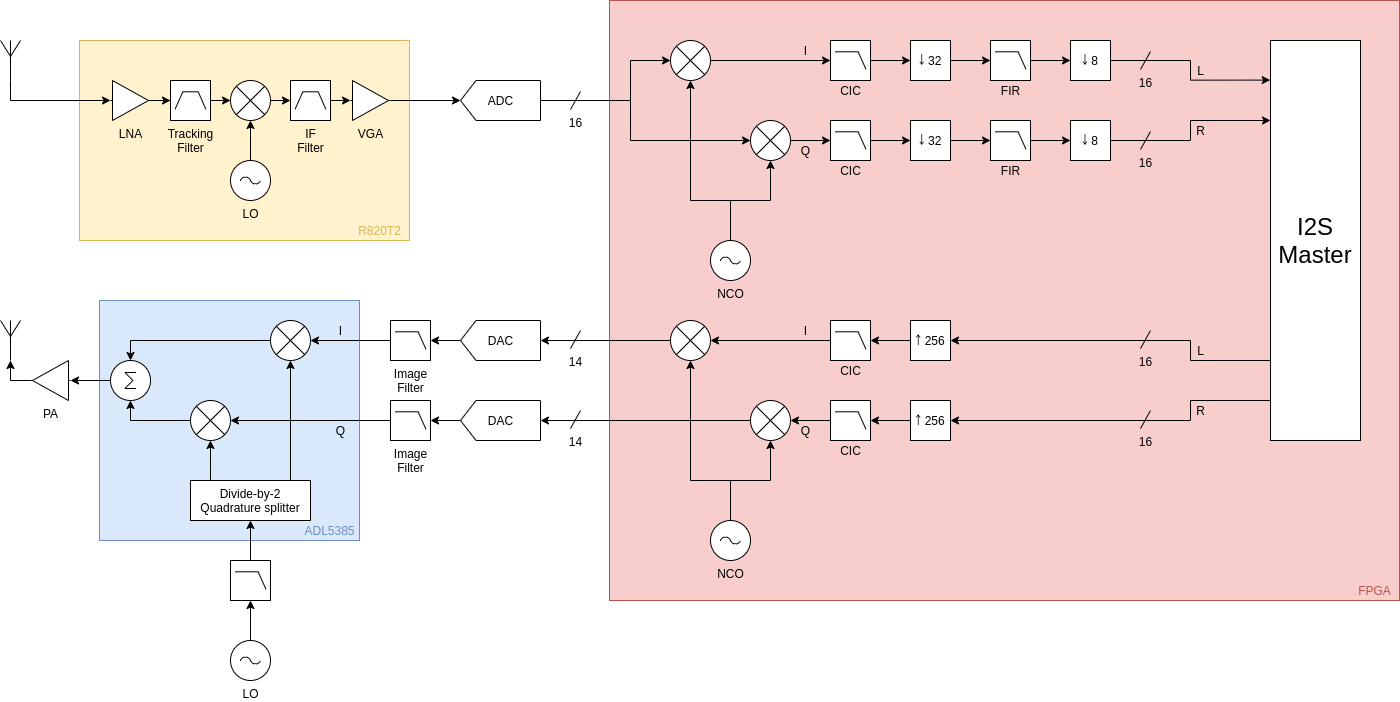
This is docs/block-diagram.png from vankxr/icyradio, a draw.io export, as it was before one commit. Source tidied: cells renumbered, new cells last; positions are measured from the earlier drawing's top-left corner, leaving out a move shared by most shapes.
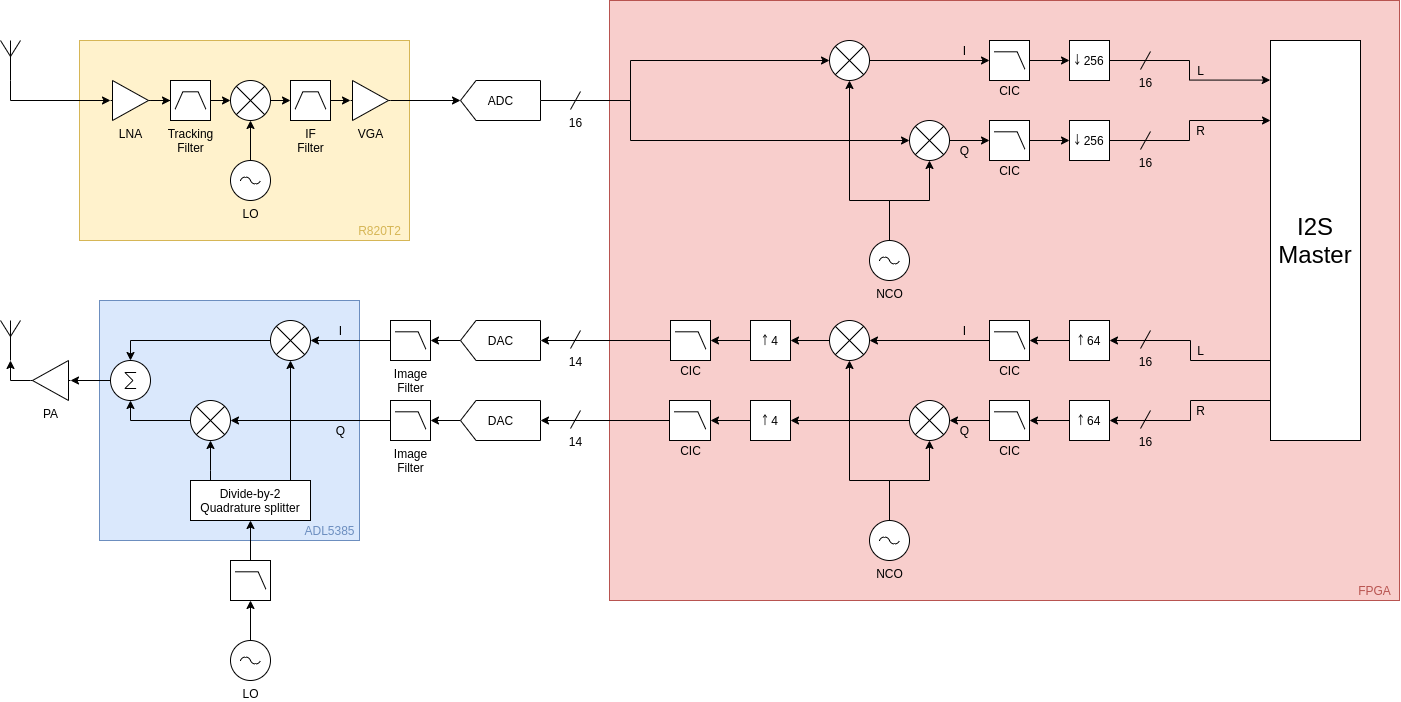
Above is the later version.

Diff of the diagram source:
```diff
@@ -76,7 +76,7 @@
       <mxGeometry relative="1" as="geometry" />
     </mxCell>
     <mxCell id="23" style="verticalLabelPosition=bottom;shadow=0;dashed=0;align=center;html=1;verticalAlign=top;shape=mxgraph.electrical.abstract.multiplier;" parent="1" vertex="1">
-      <mxGeometry x="750" y="120" width="40" height="40" as="geometry" />
+      <mxGeometry x="909" y="120" width="40" height="40" as="geometry" />
     </mxCell>
     <mxCell id="24" style="edgeStyle=orthogonalEdgeStyle;rounded=0;jettySize=auto;html=1;entryX=0.5;entryY=1;entryDx=0;entryDy=0;entryPerimeter=0;" parent="1" edge="1" source="26" target="23">
       <mxGeometry relative="1" as="geometry" />
@@ -84,44 +84,42 @@
     <mxCell id="25" style="edgeStyle=orthogonalEdgeStyle;rounded=0;jettySize=auto;html=1;entryX=0.5;entryY=1;entryDx=0;entryDy=0;entryPerimeter=0;" parent="1" edge="1" source="26" target="28">
       <mxGeometry relative="1" as="geometry">
         <Array as="points">
-          <mxPoint x="730" y="200" />
-          <mxPoint x="690" y="200" />
+          <mxPoint x="889" y="200" />
+          <mxPoint x="849" y="200" />
         </Array>
       </mxGeometry>
     </mxCell>
     <mxCell id="26" value="NCO" style="verticalLabelPosition=bottom;shadow=0;dashed=0;align=center;html=1;verticalAlign=top;shape=mxgraph.electrical.signal_sources.ac_source;" parent="1" vertex="1">
-      <mxGeometry x="710" y="240" width="40" height="40" as="geometry" />
+      <mxGeometry x="869" y="240" width="40" height="40" as="geometry" />
     </mxCell>
     <mxCell id="27" style="edgeStyle=orthogonalEdgeStyle;rounded=0;jettySize=auto;html=1;" parent="1" edge="1" source="77" target="32">
       <mxGeometry relative="1" as="geometry" />
     </mxCell>
     <mxCell id="28" style="verticalLabelPosition=bottom;shadow=0;dashed=0;align=center;html=1;verticalAlign=top;shape=mxgraph.electrical.abstract.multiplier;" parent="1" vertex="1">
-      <mxGeometry x="670" y="40" width="40" height="40" as="geometry" />
+      <mxGeometry x="829" y="40" width="40" height="40" as="geometry" />
     </mxCell>
-    <mxCell id="29" style="edgeStyle=orthogonalEdgeStyle;rounded=0;jettySize=auto;html=1;" parent="1" edge="1" source="81" target="34">
-      <mxGeometry relative="1" as="geometry" />
-    </mxCell>
-    <mxCell id="30" value="￬ 32" style="whiteSpace=wrap;html=1;shadow=0;dashed=0;" parent="1" vertex="1">
-      <mxGeometry x="910" y="120" width="40" height="40" as="geometry" />
+    <mxCell id="30" value="￬ 256" style="whiteSpace=wrap;html=1;shadow=0;dashed=0;" parent="1" vertex="1">
+      <mxGeometry x="1069" y="120" width="40" height="40" as="geometry" />
     </mxCell>
-    <mxCell id="31" style="edgeStyle=orthogonalEdgeStyle;rounded=0;jettySize=auto;html=1;" parent="1" edge="1" source="83" target="36">
-      <mxGeometry relative="1" as="geometry" />
-    </mxCell>
-    <mxCell id="32" value="￬ 32" style="whiteSpace=wrap;html=1;shadow=0;dashed=0;" parent="1" vertex="1">
-      <mxGeometry x="910" y="40" width="40" height="40" as="geometry" />
+    <mxCell id="32" value="￬ 256" style="whiteSpace=wrap;html=1;shadow=0;dashed=0;" parent="1" vertex="1">
+      <mxGeometry x="1069" y="40" width="40" height="40" as="geometry" />
     </mxCell>
-    <mxCell id="33" style="edgeStyle=orthogonalEdgeStyle;rounded=0;jettySize=auto;html=1;entryX=0;entryY=0.2;entryDx=0;entryDy=0;entryPerimeter=0;" parent="1" edge="1" source="34" target="39">
-      <mxGeometry relative="1" as="geometry" />
+    <mxCell id="33" style="edgeStyle=orthogonalEdgeStyle;rounded=0;jettySize=auto;html=1;entryX=0;entryY=0.2;entryDx=0;entryDy=0;entryPerimeter=0;exitX=1;exitY=0.5;exitDx=0;exitDy=0;" parent="1" edge="1" source="30" target="39">
+      <mxGeometry relative="1" as="geometry">
+        <Array as="points">
+          <mxPoint x="1189" y="140" />
+          <mxPoint x="1189" y="120" />
+        </Array>
+      </mxGeometry>
     </mxCell>
-    <mxCell id="34" value="￬ 8" style="whiteSpace=wrap;html=1;shadow=0;dashed=0;" parent="1" vertex="1">
-      <mxGeometry x="1070" y="120" width="40" height="40" as="geometry" />
-    </mxCell>
-    <mxCell id="35" style="edgeStyle=orthogonalEdgeStyle;rounded=0;jettySize=auto;html=1;entryX=-0.003;entryY=0.099;entryDx=0;entryDy=0;entryPerimeter=0;" parent="1" edge="1" source="36" target="39">
-      <mxGeometry relative="1" as="geometry" />
+    <mxCell id="35" style="edgeStyle=orthogonalEdgeStyle;rounded=0;jettySize=auto;html=1;entryX=-0.003;entryY=0.099;entryDx=0;entryDy=0;entryPerimeter=0;exitX=1;exitY=0.5;exitDx=0;exitDy=0;" parent="1" edge="1" source="32" target="39">
+      <mxGeometry relative="1" as="geometry">
+        <Array as="points">
+          <mxPoint x="1189" y="60" />
+          <mxPoint x="1189" y="80" />
+        </Array>
+      </mxGeometry>
     </mxCell>
-    <mxCell id="36" value="￬ 8" style="whiteSpace=wrap;html=1;shadow=0;dashed=0;" parent="1" vertex="1">
-      <mxGeometry x="1070" y="40" width="40" height="40" as="geometry" />
-    </mxCell>
     <mxCell id="37" style="edgeStyle=orthogonalEdgeStyle;rounded=0;jettySize=auto;html=1;" parent="1" edge="1" source="39" target="50">
       <mxGeometry relative="1" as="geometry">
         <Array as="points">
@@ -151,10 +149,10 @@
       <mxGeometry x="1140" y="51" width="10" height="18" as="geometry" />
     </mxCell>
     <mxCell id="43" value="I" style="text;html=1;align=center;verticalAlign=middle;" parent="1" vertex="1">
-      <mxGeometry x="795" y="40" width="20" height="20" as="geometry" />
+      <mxGeometry x="954" y="40" width="20" height="20" as="geometry" />
     </mxCell>
     <mxCell id="44" value="Q" style="text;html=1;align=center;verticalAlign=middle;" parent="1" vertex="1">
-      <mxGeometry x="795" y="140" width="20" height="20" as="geometry" />
+      <mxGeometry x="954" y="140" width="20" height="20" as="geometry" />
     </mxCell>
     <mxCell id="45" value="L" style="text;html=1;align=center;verticalAlign=middle;" parent="1" vertex="1">
       <mxGeometry x="1190" y="60" width="20" height="20" as="geometry" />
@@ -165,14 +163,14 @@
     <mxCell id="47" style="edgeStyle=orthogonalEdgeStyle;rounded=0;jettySize=auto;html=1;entryX=1;entryY=0.5;entryDx=0;entryDy=0;entryPerimeter=0;" parent="1" edge="1" source="48" target="92">
       <mxGeometry relative="1" as="geometry" />
     </mxCell>
-    <mxCell id="48" value="￪ 256" style="whiteSpace=wrap;html=1;shadow=0;dashed=0;" parent="1" vertex="1">
-      <mxGeometry x="910" y="400" width="40" height="40" as="geometry" />
+    <mxCell id="48" value="￪ 64" style="whiteSpace=wrap;html=1;shadow=0;dashed=0;" parent="1" vertex="1">
+      <mxGeometry x="1069" y="400" width="40" height="40" as="geometry" />
     </mxCell>
     <mxCell id="49" style="edgeStyle=orthogonalEdgeStyle;rounded=0;jettySize=auto;html=1;entryX=1;entryY=0.5;entryDx=0;entryDy=0;entryPerimeter=0;" parent="1" edge="1" source="50" target="90">
       <mxGeometry relative="1" as="geometry" />
     </mxCell>
-    <mxCell id="50" value="￪ 256" style="whiteSpace=wrap;html=1;shadow=0;dashed=0;" parent="1" vertex="1">
-      <mxGeometry x="910" y="320" width="40" height="40" as="geometry" />
+    <mxCell id="50" value="￪ 64" style="whiteSpace=wrap;html=1;shadow=0;dashed=0;" parent="1" vertex="1">
+      <mxGeometry x="1069" y="320" width="40" height="40" as="geometry" />
     </mxCell>
     <mxCell id="51" value="L" style="text;html=1;align=center;verticalAlign=middle;" parent="1" vertex="1">
       <mxGeometry x="1190" y="340" width="20" height="20" as="geometry" />
@@ -250,10 +248,10 @@
       <mxGeometry x="190" y="480" width="120" height="40" as="geometry" />
     </mxCell>
     <mxCell id="73" value="I" style="text;html=1;align=center;verticalAlign=middle;" parent="1" vertex="1">
-      <mxGeometry x="795" y="320" width="20" height="20" as="geometry" />
+      <mxGeometry x="954" y="320" width="20" height="20" as="geometry" />
     </mxCell>
     <mxCell id="74" value="Q" style="text;html=1;align=center;verticalAlign=middle;" parent="1" vertex="1">
-      <mxGeometry x="795" y="420" width="20" height="20" as="geometry" />
+      <mxGeometry x="954" y="420" width="20" height="20" as="geometry" />
     </mxCell>
     <mxCell id="75" value="I" style="text;html=1;align=center;verticalAlign=middle;" parent="1" vertex="1">
       <mxGeometry x="330" y="320" width="20" height="20" as="geometry" />
@@ -262,58 +260,40 @@
       <mxGeometry x="330" y="420" width="20" height="20" as="geometry" />
     </mxCell>
     <mxCell id="77" style="verticalLabelPosition=bottom;shadow=0;dashed=0;align=center;html=1;verticalAlign=top;shape=mxgraph.electrical.logic_gates.lowpass_filter;" parent="1" vertex="1">
-      <mxGeometry x="830" y="40" width="40" height="40" as="geometry" />
+      <mxGeometry x="989" y="40" width="40" height="40" as="geometry" />
     </mxCell>
     <mxCell id="78" style="edgeStyle=orthogonalEdgeStyle;rounded=0;jettySize=auto;html=1;" parent="1" edge="1" source="28" target="77">
       <mxGeometry relative="1" as="geometry" />
     </mxCell>
     <mxCell id="79" style="verticalLabelPosition=bottom;shadow=0;dashed=0;align=center;html=1;verticalAlign=top;shape=mxgraph.electrical.logic_gates.lowpass_filter;" parent="1" vertex="1">
-      <mxGeometry x="830" y="120" width="40" height="40" as="geometry" />
+      <mxGeometry x="989" y="120" width="40" height="40" as="geometry" />
     </mxCell>
     <mxCell id="80" style="edgeStyle=orthogonalEdgeStyle;rounded=0;jettySize=auto;html=1;" parent="1" edge="1" source="23" target="79">
       <mxGeometry relative="1" as="geometry" />
     </mxCell>
-    <mxCell id="81" style="verticalLabelPosition=bottom;shadow=0;dashed=0;align=center;html=1;verticalAlign=top;shape=mxgraph.electrical.logic_gates.lowpass_filter;" parent="1" vertex="1">
-      <mxGeometry x="990" y="120" width="40" height="40" as="geometry" />
-    </mxCell>
-    <mxCell id="82" style="edgeStyle=orthogonalEdgeStyle;rounded=0;jettySize=auto;html=1;" parent="1" edge="1" source="30" target="81">
-      <mxGeometry relative="1" as="geometry" />
-    </mxCell>
-    <mxCell id="83" style="verticalLabelPosition=bottom;shadow=0;dashed=0;align=center;html=1;verticalAlign=top;shape=mxgraph.electrical.logic_gates.lowpass_filter;" parent="1" vertex="1">
-      <mxGeometry x="990" y="40" width="40" height="40" as="geometry" />
-    </mxCell>
-    <mxCell id="84" style="edgeStyle=orthogonalEdgeStyle;rounded=0;jettySize=auto;html=1;" parent="1" edge="1" source="32" target="83">
-      <mxGeometry relative="1" as="geometry" />
-    </mxCell>
-    <mxCell id="85" value="FIR" style="text;html=1;align=center;verticalAlign=middle;" parent="1" vertex="1">
-      <mxGeometry x="995" y="80" width="30" height="20" as="geometry" />
-    </mxCell>
     <mxCell id="86" value="CIC&lt;br&gt;" style="text;html=1;align=center;verticalAlign=middle;" parent="1" vertex="1">
-      <mxGeometry x="830" y="80" width="40" height="20" as="geometry" />
+      <mxGeometry x="989" y="80" width="40" height="20" as="geometry" />
     </mxCell>
     <mxCell id="87" value="CIC&lt;br&gt;" style="text;html=1;align=center;verticalAlign=middle;" parent="1" vertex="1">
-      <mxGeometry x="830" y="160" width="40" height="20" as="geometry" />
+      <mxGeometry x="989" y="160" width="40" height="20" as="geometry" />
     </mxCell>
-    <mxCell id="88" value="FIR" style="text;html=1;align=center;verticalAlign=middle;" parent="1" vertex="1">
-      <mxGeometry x="995" y="160" width="30" height="20" as="geometry" />
-    </mxCell>
     <mxCell id="89" style="edgeStyle=orthogonalEdgeStyle;rounded=0;jettySize=auto;html=1;entryX=1;entryY=0.5;entryDx=0;entryDy=0;entryPerimeter=0;" parent="1" edge="1" source="90" target="112">
       <mxGeometry relative="1" as="geometry" />
     </mxCell>
     <mxCell id="90" style="verticalLabelPosition=bottom;shadow=0;dashed=0;align=center;html=1;verticalAlign=top;shape=mxgraph.electrical.logic_gates.lowpass_filter;" parent="1" vertex="1">
-      <mxGeometry x="830" y="320" width="40" height="40" as="geometry" />
+      <mxGeometry x="989" y="320" width="40" height="40" as="geometry" />
     </mxCell>
     <mxCell id="91" style="edgeStyle=orthogonalEdgeStyle;rounded=0;jettySize=auto;html=1;entryX=1;entryY=0.5;entryDx=0;entryDy=0;entryPerimeter=0;" parent="1" edge="1" source="92" target="107">
       <mxGeometry relative="1" as="geometry" />
     </mxCell>
     <mxCell id="92" style="verticalLabelPosition=bottom;shadow=0;dashed=0;align=center;html=1;verticalAlign=top;shape=mxgraph.electrical.logic_gates.lowpass_filter;" parent="1" vertex="1">
-      <mxGeometry x="830" y="400" width="40" height="40" as="geometry" />
+      <mxGeometry x="989" y="400" width="40" height="40" as="geometry" />
     </mxCell>
     <mxCell id="93" value="CIC&lt;br&gt;" style="text;html=1;align=center;verticalAlign=middle;" parent="1" vertex="1">
-      <mxGeometry x="830" y="360" width="40" height="20" as="geometry" />
+      <mxGeometry x="989" y="360" width="40" height="20" as="geometry" />
     </mxCell>
     <mxCell id="94" value="CIC&lt;br&gt;" style="text;html=1;align=center;verticalAlign=middle;" parent="1" vertex="1">
-      <mxGeometry x="830" y="440" width="40" height="20" as="geometry" />
+      <mxGeometry x="989" y="440" width="40" height="20" as="geometry" />
     </mxCell>
     <mxCell id="95" style="edgeStyle=orthogonalEdgeStyle;rounded=0;jettySize=auto;html=1;" parent="1" edge="1" source="96" target="102">
       <mxGeometry relative="1" as="geometry" />
@@ -348,31 +328,61 @@
     <mxCell id="105" value="&lt;font color=&quot;#6c8ebf&quot;&gt;ADL5385&lt;/font&gt;" style="text;html=1;align=center;verticalAlign=middle;" parent="1" vertex="1">
       <mxGeometry x="294" y="520" width="70" height="20" as="geometry" />
     </mxCell>
-    <mxCell id="106" style="edgeStyle=orthogonalEdgeStyle;rounded=0;jettySize=auto;html=1;entryX=0;entryY=0.5;entryDx=0;entryDy=0;entryPerimeter=0;" parent="1" edge="1" source="107" target="56">
-      <mxGeometry relative="1" as="geometry" />
-    </mxCell>
+    <mxCell id="113" style="edgeStyle=orthogonalEdgeStyle;rounded=0;jettySize=auto;html=1;exitX=0;exitY=0.5;exitDx=0;exitDy=0;exitPerimeter=0;entryX=1;entryY=0.5;entryDx=0;entryDy=0;" parent="1" edge="1" source="107" target="116">
+      <mxGeometry relative="1" as="geometry" />
+    </mxCell>
     <mxCell id="107" style="verticalLabelPosition=bottom;shadow=0;dashed=0;align=center;html=1;verticalAlign=top;shape=mxgraph.electrical.abstract.multiplier;" parent="1" vertex="1">
-      <mxGeometry x="750" y="400" width="40" height="40" as="geometry" />
+      <mxGeometry x="909" y="400" width="40" height="40" as="geometry" />
     </mxCell>
     <mxCell id="108" style="edgeStyle=orthogonalEdgeStyle;rounded=0;jettySize=auto;html=1;entryX=0.5;entryY=1;entryDx=0;entryDy=0;entryPerimeter=0;" parent="1" edge="1" source="110" target="107">
       <mxGeometry relative="1" as="geometry" />
     </mxCell>
-    <mxCell id="109" style="edgeStyle=orthogonalEdgeStyle;rounded=0;jettySize=auto;html=1;entryX=0.5;entryY=1;entryDx=0;entryDy=0;entryPerimeter=0;" parent="1" edge="1" source="110" target="112">
+    <mxCell id="109" style="edgeStyle=orthogonalEdgeStyle;rounded=0;jettySize=auto;html=1;exitX=0.5;exitY=0;exitDx=0;exitDy=0;exitPerimeter=0;entryX=0.5;entryY=1;entryDx=0;entryDy=0;entryPerimeter=0;" parent="1" edge="1" source="110" target="112">
       <mxGeometry relative="1" as="geometry">
         <Array as="points">
-          <mxPoint x="730" y="480" />
-          <mxPoint x="690" y="480" />
+          <mxPoint x="889" y="480" />
+          <mxPoint x="849" y="480" />
         </Array>
       </mxGeometry>
     </mxCell>
     <mxCell id="110" value="NCO" style="verticalLabelPosition=bottom;shadow=0;dashed=0;align=center;html=1;verticalAlign=top;shape=mxgraph.electrical.signal_sources.ac_source;" parent="1" vertex="1">
-      <mxGeometry x="710" y="520" width="40" height="40" as="geometry" />
+      <mxGeometry x="869" y="520" width="40" height="40" as="geometry" />
     </mxCell>
-    <mxCell id="111" style="edgeStyle=orthogonalEdgeStyle;rounded=0;jettySize=auto;html=1;entryX=0;entryY=0.5;entryDx=0;entryDy=0;entryPerimeter=0;" parent="1" edge="1" source="112" target="54">
-      <mxGeometry relative="1" as="geometry" />
-    </mxCell>
+    <mxCell id="114" style="edgeStyle=orthogonalEdgeStyle;rounded=0;jettySize=auto;html=1;exitX=0;exitY=0.5;exitDx=0;exitDy=0;exitPerimeter=0;entryX=1;entryY=0.5;entryDx=0;entryDy=0;" parent="1" edge="1" source="112" target="118">
+      <mxGeometry relative="1" as="geometry" />
+    </mxCell>
     <mxCell id="112" style="verticalLabelPosition=bottom;shadow=0;dashed=0;align=center;html=1;verticalAlign=top;shape=mxgraph.electrical.abstract.multiplier;" parent="1" vertex="1">
-      <mxGeometry x="670" y="320" width="40" height="40" as="geometry" />
+      <mxGeometry x="829" y="320" width="40" height="40" as="geometry" />
     </mxCell>
+    <mxCell id="115" style="edgeStyle=orthogonalEdgeStyle;rounded=0;jettySize=auto;html=1;exitX=0;exitY=0.5;exitDx=0;exitDy=0;entryX=1;entryY=0.5;entryDx=0;entryDy=0;entryPerimeter=0;" parent="1" edge="1" source="116" target="122">
+      <mxGeometry relative="1" as="geometry" />
+    </mxCell>
+    <mxCell id="116" value="￪ 4" style="whiteSpace=wrap;html=1;shadow=0;dashed=0;" parent="1" vertex="1">
+      <mxGeometry x="750" y="400" width="40" height="40" as="geometry" />
+    </mxCell>
+    <mxCell id="117" style="edgeStyle=orthogonalEdgeStyle;rounded=0;jettySize=auto;html=1;exitX=0;exitY=0.5;exitDx=0;exitDy=0;entryX=1;entryY=0.5;entryDx=0;entryDy=0;entryPerimeter=0;" parent="1" edge="1" source="118" target="120">
+      <mxGeometry relative="1" as="geometry" />
+    </mxCell>
+    <mxCell id="118" value="￪ 4" style="whiteSpace=wrap;html=1;shadow=0;dashed=0;" parent="1" vertex="1">
+      <mxGeometry x="750" y="320" width="40" height="40" as="geometry" />
+    </mxCell>
+    <mxCell id="119" style="edgeStyle=orthogonalEdgeStyle;rounded=0;jettySize=auto;html=1;exitX=0;exitY=0.5;exitDx=0;exitDy=0;exitPerimeter=0;entryX=0;entryY=0.5;entryDx=0;entryDy=0;entryPerimeter=0;" parent="1" edge="1" source="120" target="54">
+      <mxGeometry relative="1" as="geometry" />
+    </mxCell>
+    <mxCell id="120" style="verticalLabelPosition=bottom;shadow=0;dashed=0;align=center;html=1;verticalAlign=top;shape=mxgraph.electrical.logic_gates.lowpass_filter;" parent="1" vertex="1">
+      <mxGeometry x="670" y="320" width="40" height="40" as="geometry" />
+    </mxCell>
+    <mxCell id="121" style="edgeStyle=orthogonalEdgeStyle;rounded=0;jettySize=auto;html=1;exitX=0;exitY=0.5;exitDx=0;exitDy=0;exitPerimeter=0;entryX=0;entryY=0.5;entryDx=0;entryDy=0;entryPerimeter=0;" parent="1" edge="1" source="122" target="56">
+      <mxGeometry relative="1" as="geometry" />
+    </mxCell>
+    <mxCell id="122" style="verticalLabelPosition=bottom;shadow=0;dashed=0;align=center;html=1;verticalAlign=top;shape=mxgraph.electrical.logic_gates.lowpass_filter;" parent="1" vertex="1">
+      <mxGeometry x="669" y="400" width="41" height="40" as="geometry" />
+    </mxCell>
+    <mxCell id="123" value="CIC&lt;br&gt;" style="text;html=1;align=center;verticalAlign=middle;" parent="1" vertex="1">
+      <mxGeometry x="670" y="360" width="40" height="20" as="geometry" />
+    </mxCell>
+    <mxCell id="124" value="CIC&lt;br&gt;" style="text;html=1;align=center;verticalAlign=middle;" parent="1" vertex="1">
+      <mxGeometry x="670" y="440" width="40" height="20" as="geometry" />
+    </mxCell>
   </root>
 </mxGraphModel>
```
